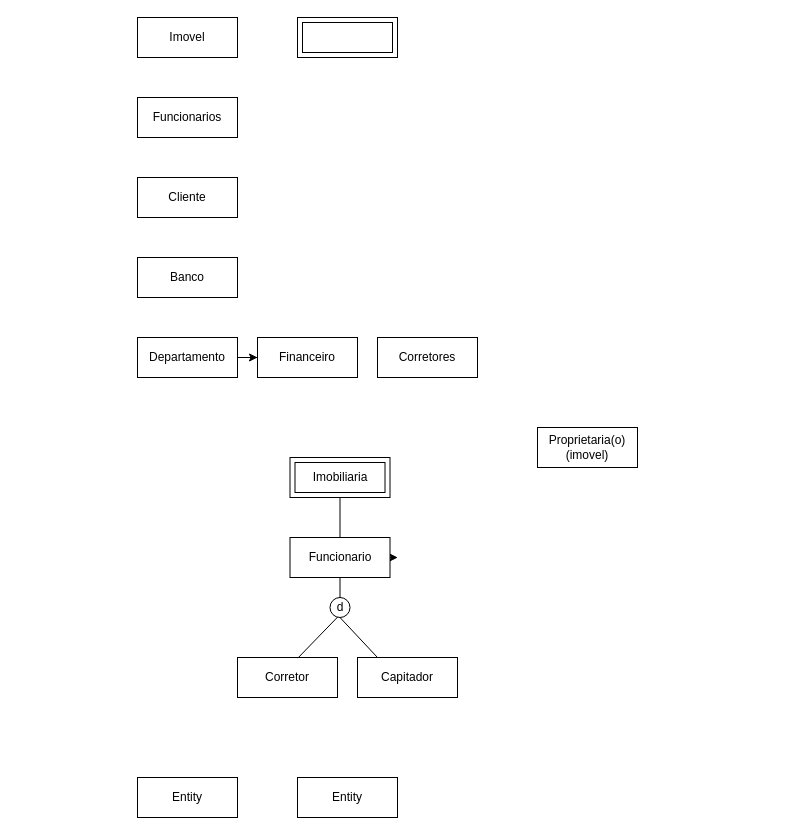
felipe-sartes/felipemelo keeps this draw.io diagram as Untitled Diagram.drawio. Above is the earlier version. Source tidied: cells renumbered, new cells numbered last; positions are measured from the earlier drawing's top-left corner, leaving out a move shared by most shapes. Both pictures are drawn from the tidied source at 100%, with x=0, y=0 at pixel (137, 17).
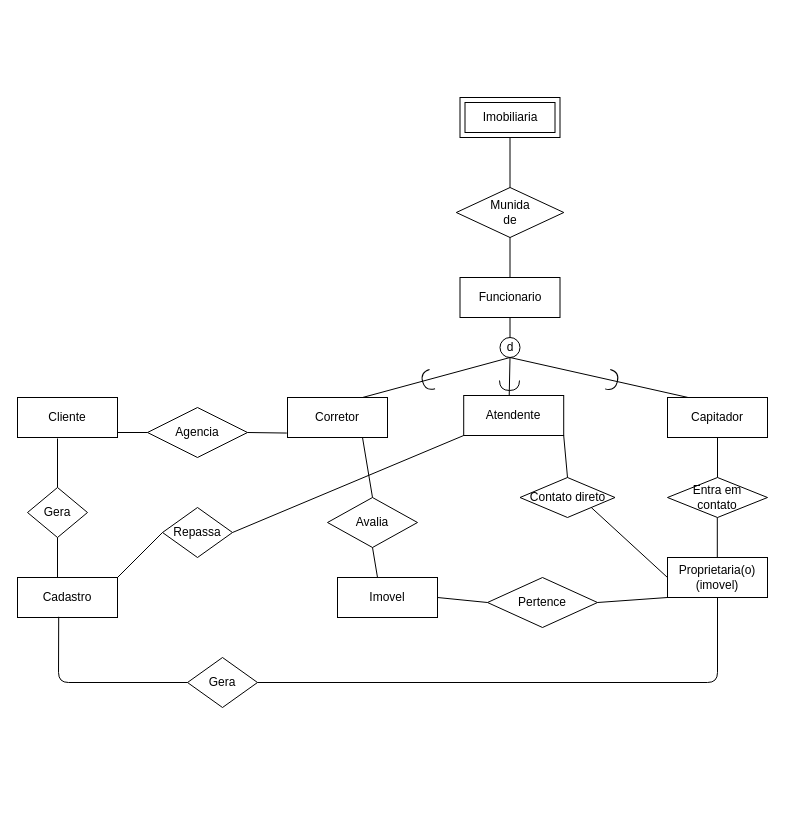
Above is the later version.

The edit, as a diff of the source:
```diff
@@
-    <mxCell id="2" value="Imovel" style="whiteSpace=wrap;html=1;align=center;" parent="1" vertex="1">
-      <mxGeometry width="100" height="40" as="geometry" />
-    </mxCell>
-    <mxCell id="3" value="Funcionarios" style="whiteSpace=wrap;html=1;align=center;" parent="1" vertex="1">
-      <mxGeometry y="80" width="100" height="40" as="geometry" />
-    </mxCell>
-    <mxCell id="4" value="Cliente" style="whiteSpace=wrap;html=1;align=center;" parent="1" vertex="1">
-      <mxGeometry y="160" width="100" height="40" as="geometry" />
-    </mxCell>
-    <mxCell id="5" value="Banco" style="whiteSpace=wrap;html=1;align=center;" parent="1" vertex="1">
-      <mxGeometry y="240" width="100" height="40" as="geometry" />
-    </mxCell>
-    <mxCell id="6" style="edgeStyle=orthogonalEdgeStyle;rounded=0;jettySize=auto;html=1;" parent="1" edge="1" source="7" target="8">
-      <mxGeometry relative="1" as="geometry" />
-    </mxCell>
-    <mxCell id="7" value="Departamento" style="whiteSpace=wrap;html=1;align=center;" parent="1" vertex="1">
-      <mxGeometry y="320" width="100" height="40" as="geometry" />
-    </mxCell>
-    <mxCell id="8" value="Financeiro" style="whiteSpace=wrap;html=1;align=center;" parent="1" vertex="1">
-      <mxGeometry x="120" y="320" width="100" height="40" as="geometry" />
-    </mxCell>
-    <mxCell id="9" style="shape=ext;margin=3;double=1;whiteSpace=wrap;html=1;align=center;" parent="1" vertex="1">
-      <mxGeometry x="160" width="100" height="40" as="geometry" />
-    </mxCell>
-    <mxCell id="10" value="Corretores&lt;br&gt;" style="whiteSpace=wrap;html=1;align=center;" parent="1" vertex="1">
-      <mxGeometry x="240" y="320" width="100" height="40" as="geometry" />
-    </mxCell>
     <mxCell id="11" value="Proprietaria(o)&lt;br&gt;(imovel)&lt;br&gt;" style="whiteSpace=wrap;html=1;align=center;" parent="1" vertex="1">
-      <mxGeometry x="400" y="410" width="100" height="40" as="geometry" />
+      <mxGeometry x="530" y="540" width="100" height="40" as="geometry" />
     </mxCell>
     <mxCell id="12" value="Imobiliaria" style="shape=ext;margin=3;double=1;whiteSpace=wrap;html=1;align=center;" parent="1" vertex="1">
-      <mxGeometry x="152.5" y="440" width="100" height="40" as="geometry" />
+      <mxGeometry x="322.5" y="80" width="100" height="40" as="geometry" />
     </mxCell>
-    <mxCell id="13" style="edgeStyle=orthogonalEdgeStyle;rounded=0;jettySize=auto;html=1;exitX=1;exitY=0.5;exitDx=0;exitDy=0;" parent="1" edge="1" source="14">
-      <mxGeometry relative="1" as="geometry">
-        <mxPoint x="260.3" y="540" as="targetPoint" />
-      </mxGeometry>
-    </mxCell>
     <mxCell id="14" value="Funcionario" style="whiteSpace=wrap;html=1;align=center;" parent="1" vertex="1">
-      <mxGeometry x="152.5" y="520" width="100" height="40" as="geometry" />
+      <mxGeometry x="322.5" y="260" width="100" height="40" as="geometry" />
     </mxCell>
     <mxCell id="15" value="Capitador&lt;br&gt;" style="whiteSpace=wrap;html=1;align=center;" parent="1" vertex="1">
-      <mxGeometry x="220" y="640" width="100" height="40" as="geometry" />
+      <mxGeometry x="530" y="380" width="100" height="40" as="geometry" />
     </mxCell>
     <mxCell id="16" value="Corretor&lt;br&gt;" style="whiteSpace=wrap;html=1;align=center;" parent="1" vertex="1">
-      <mxGeometry x="100" y="640" width="100" height="40" as="geometry" />
+      <mxGeometry x="150" y="380" width="100" height="40" as="geometry" />
     </mxCell>
-    <mxCell id="17" value="Entity" style="whiteSpace=wrap;html=1;align=center;" parent="1" vertex="1">
-      <mxGeometry y="760" width="100" height="40" as="geometry" />
-    </mxCell>
-    <mxCell id="18" value="Entity" style="whiteSpace=wrap;html=1;align=center;" parent="1" vertex="1">
-      <mxGeometry x="160" y="760" width="100" height="40" as="geometry" />
+    <mxCell id="18" value="Imovel" style="whiteSpace=wrap;html=1;align=center;" parent="1" vertex="1">
+      <mxGeometry x="200" y="560" width="100" height="40" as="geometry" />
     </mxCell>
@@
     <mxCell id="20" style="endArrow=none;html=1;entryX=0.5;entryY=1;entryDx=0;entryDy=0;exitX=0.5;exitY=0;exitDx=0;exitDy=0;" parent="1" edge="1" target="14">
       <mxGeometry relative="1" as="geometry">
-        <mxPoint x="202.5" y="580" as="sourcePoint" />
+        <mxPoint x="372.5" y="320" as="sourcePoint" />
       </mxGeometry>
     </mxCell>
+    <mxCell id="23" value="d" style="ellipse;whiteSpace=wrap;html=1;" parent="1" vertex="1">
+      <mxGeometry x="362.5" y="320" width="20" height="20" as="geometry" />
+    </mxCell>
+    <mxCell id="24" style="shape=requiredInterface;html=1;verticalLabelPosition=bottom;direction=south;strokeWidth=1;rotation=74;" parent="1" vertex="1">
+      <mxGeometry x="280" y="358" width="20" height="10" as="geometry" />
+    </mxCell>
-    <mxCell id="21" style="endArrow=none;html=1;exitX=0.603;exitY=0.016;exitDx=0;exitDy=0;exitPerimeter=0;entryX=0.392;entryY=0.967;entryDx=0;entryDy=0;entryPerimeter=0;" parent="1" edge="1" source="16" target="23">
+    <mxCell id="21" style="endArrow=none;html=1;entryX=0.5;entryY=1;entryDx=0;entryDy=0;exitX=0.75;exitY=0;exitDx=0;exitDy=0;" parent="1" edge="1" source="16" target="23">
       <mxGeometry relative="1" as="geometry" />
     </mxCell>
-    <mxCell id="22" style="endArrow=none;html=1;exitX=0.5;exitY=1;exitDx=0;exitDy=0;" parent="1" edge="1" source="23">
-      <mxGeometry relative="1" as="geometry">
-        <mxPoint x="240" y="640" as="targetPoint" />
-      </mxGeometry>
-    </mxCell>
-    <mxCell id="23" value="d" style="ellipse;whiteSpace=wrap;html=1;" parent="1" vertex="1">
-      <mxGeometry x="192.5" y="580" width="20" height="20" as="geometry" />
-    </mxCell>
+    <mxCell id="25" style="endArrow=none;html=1;exitX=0.5;exitY=1;exitDx=0;exitDy=0;entryX=0.203;entryY=-0.002;entryDx=0;entryDy=0;entryPerimeter=0;" parent="1" edge="1" source="23" target="15">
+      <mxGeometry relative="1" as="geometry" />
+    </mxCell>
+    <mxCell id="26" style="shape=requiredInterface;html=1;verticalLabelPosition=bottom;strokeWidth=1;rotation=15;" parent="1" vertex="1">
+      <mxGeometry x="470" y="353" width="10" height="20" as="geometry" />
+    </mxCell>
+    <mxCell id="4" value="Cliente&lt;br&gt;" style="whiteSpace=wrap;html=1;align=center;strokeWidth=1;" parent="1" vertex="1">
+      <mxGeometry x="-120" y="380" width="100" height="40" as="geometry" />
+    </mxCell>
+    <mxCell id="27" style="endArrow=none;html=1;entryX=0.5;entryY=1;entryDx=0;entryDy=0;exitX=0.455;exitY=0.034;exitDx=0;exitDy=0;exitPerimeter=0;" parent="1" edge="1" source="28" target="23">
+      <mxGeometry relative="1" as="geometry" />
+    </mxCell>
+    <mxCell id="28" value="Atendente&lt;br&gt;" style="whiteSpace=wrap;html=1;align=center;" parent="1" vertex="1">
+      <mxGeometry x="326.2" y="378" width="100" height="40" as="geometry" />
+    </mxCell>
+    <mxCell id="29" value="Entra em&lt;br&gt;contato&lt;br&gt;" style="shape=rhombus;perimeter=rhombusPerimeter;whiteSpace=wrap;html=1;align=center;strokeWidth=1;" parent="1" vertex="1">
+      <mxGeometry x="530" y="460" width="100" height="40" as="geometry" />
+    </mxCell>
+    <mxCell id="30" style="endArrow=none;html=1;entryX=0.5;entryY=1;entryDx=0;entryDy=0;exitX=0.5;exitY=0;exitDx=0;exitDy=0;" parent="1" edge="1" source="29" target="15">
+      <mxGeometry relative="1" as="geometry" />
+    </mxCell>
+    <mxCell id="31" style="endArrow=none;html=1;entryX=0.5;entryY=1;entryDx=0;entryDy=0;exitX=0.5;exitY=0;exitDx=0;exitDy=0;" parent="1" edge="1">
+      <mxGeometry relative="1" as="geometry">
+        <mxPoint x="579.8" y="540" as="sourcePoint" />
+        <mxPoint x="579.8" y="500" as="targetPoint" />
+      </mxGeometry>
+    </mxCell>
+    <mxCell id="32" style="shape=requiredInterface;html=1;verticalLabelPosition=bottom;strokeWidth=1;rotation=90;" parent="1" vertex="1">
+      <mxGeometry x="367" y="358" width="10" height="20" as="geometry" />
+    </mxCell>
+    <mxCell id="33" value="Contato direto&lt;br&gt;" style="shape=rhombus;perimeter=rhombusPerimeter;whiteSpace=wrap;html=1;align=center;strokeWidth=1;" parent="1" vertex="1">
+      <mxGeometry x="382.5" y="460" width="95" height="40" as="geometry" />
+    </mxCell>
+    <mxCell id="34" style="edgeStyle=orthogonalEdgeStyle;rounded=0;orthogonalLoop=1;jettySize=auto;html=1;exitX=0.5;exitY=1;exitDx=0;exitDy=0;" parent="1" edge="1" source="33" target="33">
+      <mxGeometry relative="1" as="geometry" />
+    </mxCell>
+    <mxCell id="35" style="endArrow=none;html=1;entryX=1;entryY=1;entryDx=0;entryDy=0;exitX=0.5;exitY=0;exitDx=0;exitDy=0;" parent="1" edge="1" source="33" target="28">
+      <mxGeometry relative="1" as="geometry" />
+    </mxCell>
+    <mxCell id="36" style="endArrow=none;html=1;entryX=1;entryY=1;entryDx=0;entryDy=0;exitX=0;exitY=0.5;exitDx=0;exitDy=0;" parent="1" edge="1" source="11" target="33">
+      <mxGeometry relative="1" as="geometry" />
+    </mxCell>
+    <mxCell id="37" value="Agencia&lt;br&gt;" style="shape=rhombus;perimeter=rhombusPerimeter;whiteSpace=wrap;html=1;align=center;strokeWidth=1;" parent="1" vertex="1">
+      <mxGeometry x="10" y="390" width="100" height="50" as="geometry" />
+    </mxCell>
+    <mxCell id="38" value="Munida&lt;br&gt;de" style="shape=rhombus;perimeter=rhombusPerimeter;whiteSpace=wrap;html=1;align=center;strokeWidth=1;" parent="1" vertex="1">
+      <mxGeometry x="318.8" y="170" width="107.5" height="50" as="geometry" />
+    </mxCell>
+    <mxCell id="39" style="endArrow=none;html=1;entryX=-0.007;entryY=0.889;entryDx=0;entryDy=0;exitX=1;exitY=0.5;exitDx=0;exitDy=0;entryPerimeter=0;" parent="1" edge="1" source="37" target="16">
+      <mxGeometry relative="1" as="geometry" />
+    </mxCell>
+    <mxCell id="40" style="endArrow=none;html=1;entryX=0;entryY=0.5;entryDx=0;entryDy=0;entryPerimeter=0;" parent="1" edge="1" target="37">
+      <mxGeometry relative="1" as="geometry">
+        <mxPoint x="-20" y="415" as="sourcePoint" />
+      </mxGeometry>
+    </mxCell>
+    <mxCell id="41" value="Avalia&lt;br&gt;" style="shape=rhombus;perimeter=rhombusPerimeter;whiteSpace=wrap;html=1;align=center;strokeWidth=1;" parent="1" vertex="1">
+      <mxGeometry x="190" y="480" width="90" height="50" as="geometry" />
+    </mxCell>
+    <mxCell id="42" style="endArrow=none;html=1;entryX=0.75;entryY=1;entryDx=0;entryDy=0;exitX=0.5;exitY=0;exitDx=0;exitDy=0;" parent="1" edge="1" source="41" target="16">
+      <mxGeometry relative="1" as="geometry" />
+    </mxCell>
+    <mxCell id="43" style="endArrow=none;html=1;entryX=0.5;entryY=1;entryDx=0;entryDy=0;" parent="1" edge="1" target="41">
+      <mxGeometry relative="1" as="geometry">
+        <mxPoint x="240" y="560" as="sourcePoint" />
+      </mxGeometry>
+    </mxCell>
+    <mxCell id="44" value="Pertence" style="shape=rhombus;perimeter=rhombusPerimeter;whiteSpace=wrap;html=1;align=center;strokeWidth=1;" parent="1" vertex="1">
+      <mxGeometry x="350" y="560" width="110" height="50" as="geometry" />
+    </mxCell>
+    <mxCell id="45" style="endArrow=none;html=1;entryX=0;entryY=0.5;entryDx=0;entryDy=0;exitX=1;exitY=0.5;exitDx=0;exitDy=0;" parent="1" edge="1" source="18" target="44">
+      <mxGeometry relative="1" as="geometry" />
+    </mxCell>
+    <mxCell id="46" style="endArrow=none;html=1;entryX=0;entryY=1;entryDx=0;entryDy=0;exitX=1;exitY=0.5;exitDx=0;exitDy=0;" parent="1" edge="1" source="44" target="11">
+      <mxGeometry relative="1" as="geometry" />
+    </mxCell>
+    <mxCell id="47" value="Cadastro&lt;br&gt;" style="whiteSpace=wrap;html=1;align=center;strokeWidth=1;" parent="1" vertex="1">
+      <mxGeometry x="-120" y="560" width="100" height="40" as="geometry" />
+    </mxCell>
+    <mxCell id="48" value="Gera" style="shape=rhombus;perimeter=rhombusPerimeter;whiteSpace=wrap;html=1;align=center;strokeWidth=1;" parent="1" vertex="1">
+      <mxGeometry x="-110" y="470" width="60" height="50" as="geometry" />
+    </mxCell>
+    <mxCell id="49" style="endArrow=none;html=1;entryX=0.4;entryY=1.025;entryDx=0;entryDy=0;entryPerimeter=0;exitX=0.5;exitY=0;exitDx=0;exitDy=0;" parent="1" edge="1" source="48" target="4">
+      <mxGeometry relative="1" as="geometry" />
+    </mxCell>
+    <mxCell id="50" style="endArrow=none;html=1;entryX=0.5;entryY=1;entryDx=0;entryDy=0;exitX=0.4;exitY=0;exitDx=0;exitDy=0;exitPerimeter=0;" parent="1" edge="1" source="47" target="48">
+      <mxGeometry relative="1" as="geometry" />
+    </mxCell>
+    <mxCell id="51" value="Gera&lt;br&gt;" style="shape=rhombus;perimeter=rhombusPerimeter;whiteSpace=wrap;html=1;align=center;strokeWidth=1;" parent="1" vertex="1">
+      <mxGeometry x="50" y="640" width="70" height="50" as="geometry" />
+    </mxCell>
+    <mxCell id="52" style="endArrow=none;html=1;entryX=0.412;entryY=0.983;entryDx=0;entryDy=0;entryPerimeter=0;exitX=0;exitY=0.5;exitDx=0;exitDy=0;" parent="1" edge="1" source="51" target="47">
+      <mxGeometry relative="1" as="geometry">
+        <Array as="points">
+          <mxPoint x="-79" y="665" />
+        </Array>
+      </mxGeometry>
+    </mxCell>
+    <mxCell id="53" style="endArrow=none;html=1;entryX=1;entryY=0.5;entryDx=0;entryDy=0;exitX=0.5;exitY=1;exitDx=0;exitDy=0;" parent="1" edge="1" source="11" target="51">
+      <mxGeometry relative="1" as="geometry">
+        <Array as="points">
+          <mxPoint x="580" y="665" />
+        </Array>
+      </mxGeometry>
+    </mxCell>
+    <mxCell id="54" value="Repassa&lt;br&gt;" style="shape=rhombus;perimeter=rhombusPerimeter;whiteSpace=wrap;html=1;align=center;strokeWidth=1;" parent="1" vertex="1">
+      <mxGeometry x="25" y="490" width="70" height="50" as="geometry" />
+    </mxCell>
+    <mxCell id="55" style="endArrow=none;html=1;exitX=1;exitY=0;exitDx=0;exitDy=0;entryX=0;entryY=0.5;entryDx=0;entryDy=0;" parent="1" edge="1" source="47" target="54">
+      <mxGeometry relative="1" as="geometry" />
+    </mxCell>
+    <mxCell id="56" style="endArrow=none;html=1;entryX=0;entryY=1;entryDx=0;entryDy=0;exitX=1;exitY=0.5;exitDx=0;exitDy=0;" parent="1" edge="1" source="54" target="28">
+      <mxGeometry relative="1" as="geometry" />
+    </mxCell>
```
